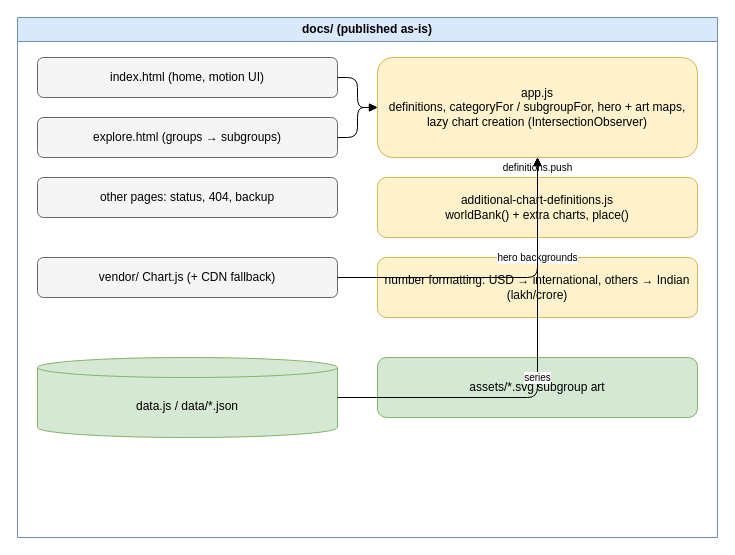
Above: page "3 Static site" (3 of 5) of docs/diagrams/architecture.drawio in Shubhankart101/India-s-Journey (draw.io), before the change. Source tidied: cells renumbered, new cells numbered last; positions are measured from the earlier drawing's top-left corner, leaving out a move shared by most shapes. Both pictures are drawn from the tidied source at 100%, with x=0, y=0 at pixel (17, 17).
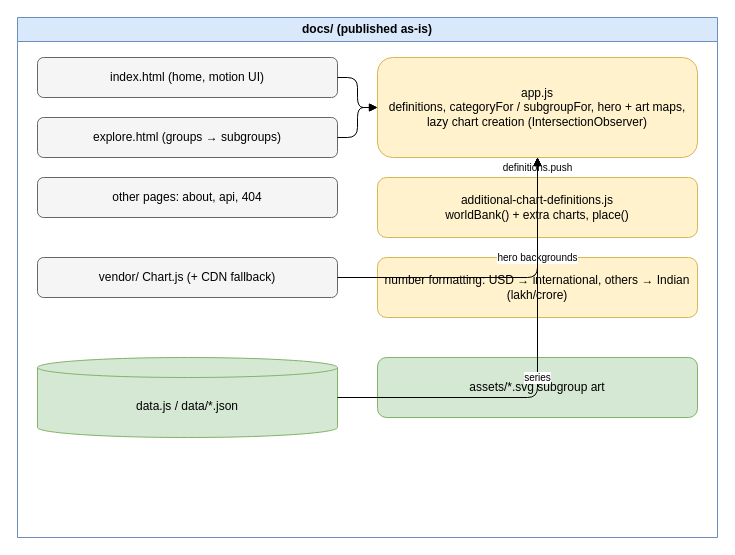
After the change.

Change to the diagram source:
```diff
@@
 <mxGraphModel>
   <root>
     <mxCell id="0" />
     <mxCell id="1" parent="0" />
     <mxCell id="2" value="docs/ (published as-is)" style="swimlane;startSize=24;whiteSpace=wrap;html=1;fillColor=#dae8fc;strokeColor=#6c8ebf;fontSize=12;" parent="1" vertex="1">
       <mxGeometry width="700" height="520" as="geometry" />
     </mxCell>
     <mxCell id="3" value="index.html (home, motion UI)" style="rounded=1;whiteSpace=wrap;html=1;fillColor=#f5f5f5;strokeColor=#666666;fontSize=12;" parent="1" vertex="1">
       <mxGeometry x="20" y="40" width="300" height="40" as="geometry" />
     </mxCell>
     <mxCell id="4" value="explore.html (groups → subgroups)" style="rounded=1;whiteSpace=wrap;html=1;fillColor=#f5f5f5;strokeColor=#666666;fontSize=12;" parent="1" vertex="1">
       <mxGeometry x="20" y="100" width="300" height="40" as="geometry" />
     </mxCell>
-    <mxCell id="5" value="other pages: status, 404, backup" style="rounded=1;whiteSpace=wrap;html=1;fillColor=#f5f5f5;strokeColor=#666666;fontSize=12;" parent="1" vertex="1">
+    <mxCell id="5" value="other pages: about, api, 404" style="rounded=1;whiteSpace=wrap;html=1;fillColor=#f5f5f5;strokeColor=#666666;fontSize=12;" parent="1" vertex="1">
       <mxGeometry x="20" y="160" width="300" height="40" as="geometry" />
     </mxCell>
     <mxCell id="6" value="app.js&lt;br&gt;definitions, categoryFor / subgroupFor, hero + art maps, lazy chart creation (IntersectionObserver)" style="rounded=1;whiteSpace=wrap;html=1;fillColor=#fff2cc;strokeColor=#d6b656;fontSize=12;" parent="1" vertex="1">
       <mxGeometry x="360" y="40" width="320" height="100" as="geometry" />
     </mxCell>
     <mxCell id="7" value="additional-chart-definitions.js&lt;br&gt;worldBank() + extra charts, place()" style="rounded=1;whiteSpace=wrap;html=1;fillColor=#fff2cc;strokeColor=#d6b656;fontSize=12;" parent="1" vertex="1">
       <mxGeometry x="360" y="160" width="320" height="60" as="geometry" />
     </mxCell>
     <mxCell id="8" value="number formatting: USD → international, others → Indian (lakh/crore)" style="rounded=1;whiteSpace=wrap;html=1;fillColor=#fff2cc;strokeColor=#d6b656;fontSize=12;" parent="1" vertex="1">
       <mxGeometry x="360" y="240" width="320" height="60" as="geometry" />
     </mxCell>
     <mxCell id="9" value="vendor/ Chart.js (+ CDN fallback)" style="rounded=1;whiteSpace=wrap;html=1;fillColor=#f5f5f5;strokeColor=#666666;fontSize=12;" parent="1" vertex="1">
       <mxGeometry x="20" y="240" width="300" height="40" as="geometry" />
     </mxCell>
     <mxCell id="10" value="data.js / data/*.json" style="shape=cylinder3;boundedLbl=1;size=10;whiteSpace=wrap;html=1;fillColor=#d5e8d4;strokeColor=#82b366;fontSize=12;" parent="1" vertex="1">
       <mxGeometry x="20" y="340" width="300" height="80" as="geometry" />
     </mxCell>
     <mxCell id="11" value="assets/*.svg subgroup art" style="rounded=1;whiteSpace=wrap;html=1;fillColor=#d5e8d4;strokeColor=#82b366;fontSize=12;" parent="1" vertex="1">
       <mxGeometry x="360" y="340" width="320" height="60" as="geometry" />
     </mxCell>
     <mxCell id="12" style="edgeStyle=orthogonalEdgeStyle;rounded=1;html=1;endArrow=block;fontSize=10;" parent="1" edge="1" source="3" target="6">
       <mxGeometry relative="1" as="geometry" />
     </mxCell>
     <mxCell id="13" style="edgeStyle=orthogonalEdgeStyle;rounded=1;html=1;endArrow=block;fontSize=10;" parent="1" edge="1" source="4" target="6">
       <mxGeometry relative="1" as="geometry" />
     </mxCell>
     <mxCell id="14" value="definitions.push" style="edgeStyle=orthogonalEdgeStyle;rounded=1;html=1;endArrow=block;fontSize=10;" parent="1" edge="1" source="7" target="6">
       <mxGeometry relative="1" as="geometry" />
     </mxCell>
     <mxCell id="15" value="series" style="edgeStyle=orthogonalEdgeStyle;rounded=1;html=1;endArrow=block;fontSize=10;" parent="1" edge="1" source="10" target="6">
       <mxGeometry relative="1" as="geometry" />
     </mxCell>
     <mxCell id="16" value="hero backgrounds" style="edgeStyle=orthogonalEdgeStyle;rounded=1;html=1;endArrow=block;fontSize=10;" parent="1" edge="1" source="11" target="6">
       <mxGeometry relative="1" as="geometry" />
     </mxCell>
     <mxCell id="17" style="edgeStyle=orthogonalEdgeStyle;rounded=1;html=1;endArrow=block;fontSize=10;" parent="1" edge="1" source="9" target="6">
       <mxGeometry relative="1" as="geometry" />
     </mxCell>
   </root>
 </mxGraphModel>
```
